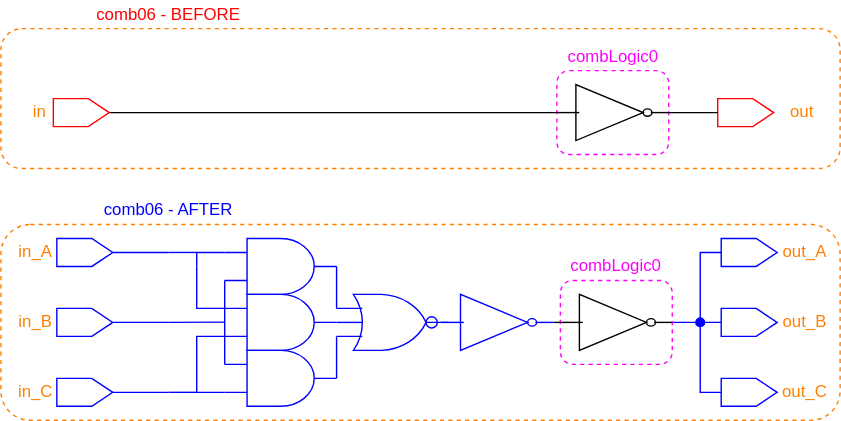
Before: figures/light-mode/user_guide_examples/comb_logic/comb06_input_and_output_triplication.drawio.svg, a diagram exported from draw.io (AlbertHansen/TripleModularRedundancyTool_developer_guide). Source tidied: cells renumbered, new cells last; positions are measured from the earlier drawing's top-left corner, leaving out a move shared by most shapes.
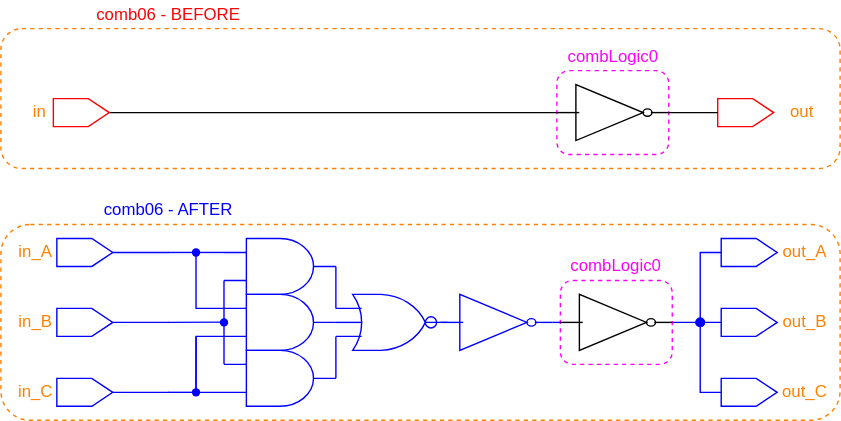
After the commit.

What changed in the source:
```diff
@@ -2,6 +2,9 @@
   <root>
     <mxCell id="0" />
     <mxCell id="1" parent="0" />
+    <mxCell id="51" style="rounded=1;whiteSpace=wrap;html=1;fillColor=none;dashed=1;strokeColor=#FF8000;" parent="1" vertex="1">
+      <mxGeometry y="160" width="600" height="140" as="geometry" />
+    </mxCell>
     <mxCell id="2" style="rounded=1;whiteSpace=wrap;html=1;fillColor=none;dashed=1;strokeColor=#FF00FF;fontColor=#FF00FF;" parent="1" vertex="1">
       <mxGeometry x="397.5" y="50" width="80" height="60" as="geometry" />
     </mxCell>
@@ -52,92 +55,6 @@
     <mxCell id="17" value="comb06 - AFTER" style="text;html=1;strokeColor=none;fillColor=none;align=center;verticalAlign=middle;whiteSpace=wrap;rounded=0;dashed=1;fontColor=#0000FF;" parent="1" vertex="1">
       <mxGeometry x="40" y="140" width="160" height="20" as="geometry" />
     </mxCell>
-    <mxCell id="18" style="edgeStyle=orthogonalEdgeStyle;html=1;exitX=0;exitY=0.25;exitDx=0;exitDy=0;exitPerimeter=0;entryX=0;entryY=0.75;entryDx=0;entryDy=0;entryPerimeter=0;endArrow=none;endFill=0;rounded=0;fontColor=#FF00FF;strokeColor=#0000FF;" parent="1" edge="1" source="19" target="25">
-      <mxGeometry relative="1" as="geometry">
-        <Array as="points">
-          <mxPoint x="160" y="230" />
-          <mxPoint x="160" y="230" />
-        </Array>
-      </mxGeometry>
-    </mxCell>
-    <mxCell id="19" style="verticalLabelPosition=bottom;shadow=0;dashed=0;align=center;html=1;verticalAlign=top;shape=mxgraph.electrical.logic_gates.logic_gate;operation=and;fillColor=none;fontColor=#FF00FF;strokeColor=#0000FF;" parent="1" vertex="1">
-      <mxGeometry x="160" y="250" width="80" height="40" as="geometry" />
-    </mxCell>
-    <mxCell id="20" style="edgeStyle=orthogonalEdgeStyle;rounded=0;html=1;exitX=0;exitY=0.75;exitDx=0;exitDy=0;exitPerimeter=0;entryX=0;entryY=0.75;entryDx=0;entryDy=0;entryPerimeter=0;endArrow=none;endFill=0;fontColor=#FF00FF;strokeColor=#0000FF;" parent="1" edge="1" source="23" target="19">
-      <mxGeometry relative="1" as="geometry">
-        <Array as="points">
-          <mxPoint x="140" y="240" />
-          <mxPoint x="140" y="280" />
-        </Array>
-      </mxGeometry>
-    </mxCell>
-    <mxCell id="21" style="edgeStyle=orthogonalEdgeStyle;rounded=0;html=1;entryX=0;entryY=0.25;entryDx=0;entryDy=0;entryPerimeter=0;endArrow=none;endFill=0;fontColor=#FF00FF;strokeColor=#0000FF;startArrow=none;" parent="1" edge="1" target="25">
-      <mxGeometry relative="1" as="geometry">
-        <mxPoint x="140" y="190" as="sourcePoint" />
-        <Array as="points">
-          <mxPoint x="140" y="180" />
-        </Array>
-      </mxGeometry>
-    </mxCell>
-    <mxCell id="22" style="edgeStyle=orthogonalEdgeStyle;rounded=0;html=1;exitX=1;exitY=0.5;exitDx=0;exitDy=0;exitPerimeter=0;entryX=0.235;entryY=0.478;entryDx=0;entryDy=0;entryPerimeter=0;endArrow=none;endFill=0;fontColor=#FF00FF;strokeColor=#0000FF;" parent="1" edge="1" source="23" target="27">
-      <mxGeometry relative="1" as="geometry" />
-    </mxCell>
-    <mxCell id="23" style="verticalLabelPosition=bottom;shadow=0;dashed=0;align=center;html=1;verticalAlign=top;shape=mxgraph.electrical.logic_gates.logic_gate;operation=and;fillColor=none;fontColor=#FF00FF;strokeColor=#0000FF;" parent="1" vertex="1">
-      <mxGeometry x="160" y="210" width="80" height="40" as="geometry" />
-    </mxCell>
-    <mxCell id="24" style="edgeStyle=orthogonalEdgeStyle;rounded=0;html=1;exitX=1;exitY=0.5;exitDx=0;exitDy=0;exitPerimeter=0;entryX=0;entryY=0.25;entryDx=0;entryDy=0;entryPerimeter=0;endArrow=none;endFill=0;fontColor=#FF00FF;strokeColor=#0000FF;" parent="1" edge="1" source="25" target="27">
-      <mxGeometry relative="1" as="geometry">
-        <Array as="points">
-          <mxPoint x="240" y="220" />
-        </Array>
-      </mxGeometry>
-    </mxCell>
-    <mxCell id="25" style="verticalLabelPosition=bottom;shadow=0;dashed=0;align=center;html=1;verticalAlign=top;shape=mxgraph.electrical.logic_gates.logic_gate;operation=and;fillColor=none;fontColor=#FF00FF;strokeColor=#0000FF;" parent="1" vertex="1">
-      <mxGeometry x="160" y="170" width="80" height="40" as="geometry" />
-    </mxCell>
-    <mxCell id="26" style="edgeStyle=orthogonalEdgeStyle;rounded=0;html=1;exitX=0;exitY=0.75;exitDx=0;exitDy=0;exitPerimeter=0;entryX=1;entryY=0.5;entryDx=0;entryDy=0;entryPerimeter=0;endArrow=none;endFill=0;fontColor=#FF00FF;strokeColor=#0000FF;" parent="1" edge="1" source="27" target="19">
-      <mxGeometry relative="1" as="geometry">
-        <Array as="points">
-          <mxPoint x="240" y="260" />
-          <mxPoint x="240" y="260" />
-        </Array>
-      </mxGeometry>
-    </mxCell>
-    <mxCell id="27" style="verticalLabelPosition=bottom;shadow=0;dashed=0;align=center;html=1;verticalAlign=top;shape=mxgraph.electrical.logic_gates.logic_gate;operation=or;fillColor=none;fontColor=#FF00FF;strokeColor=#0000FF;" parent="1" vertex="1">
-      <mxGeometry x="240" y="210" width="80" height="40" as="geometry" />
-    </mxCell>
-    <mxCell id="28" style="verticalLabelPosition=bottom;shadow=0;dashed=0;align=center;html=1;verticalAlign=top;shape=mxgraph.electrical.logic_gates.inverting_contact;fillColor=none;fontColor=#FF00FF;strokeColor=#0000FF;" parent="1" vertex="1">
-      <mxGeometry x="303" y="225" width="10" height="10" as="geometry" />
-    </mxCell>
-    <mxCell id="29" style="verticalLabelPosition=bottom;shadow=0;dashed=0;align=center;html=1;verticalAlign=top;shape=mxgraph.electrical.logic_gates.inverter_2;fillColor=none;fontColor=#FF00FF;strokeColor=#0000FF;" parent="1" vertex="1">
-      <mxGeometry x="315" y="210" width="80" height="40" as="geometry" />
-    </mxCell>
-    <mxCell id="30" style="endArrow=none;html=1;rounded=0;fontColor=#FF00FF;strokeColor=#0000FF;" parent="1" edge="1">
-      <mxGeometry relative="1" as="geometry">
-        <mxPoint x="120" y="180" as="sourcePoint" />
-        <mxPoint x="140" y="180" as="targetPoint" />
-      </mxGeometry>
-    </mxCell>
-    <mxCell id="31" style="endArrow=none;html=1;rounded=0;fontColor=#FF00FF;strokeColor=#0000FF;" parent="1" edge="1">
-      <mxGeometry relative="1" as="geometry">
-        <mxPoint x="120" y="280" as="sourcePoint" />
-        <mxPoint x="140" y="280" as="targetPoint" />
-      </mxGeometry>
-    </mxCell>
-    <mxCell id="32" style="endArrow=none;html=1;rounded=0;fontColor=#FF00FF;strokeColor=#0000FF;" parent="1" edge="1">
-      <mxGeometry relative="1" as="geometry">
-        <mxPoint x="120" y="230" as="sourcePoint" />
-        <mxPoint x="160" y="229.8" as="targetPoint" />
-      </mxGeometry>
-    </mxCell>
-    <mxCell id="33" style="edgeStyle=orthogonalEdgeStyle;rounded=0;html=1;exitX=0;exitY=0.25;exitDx=0;exitDy=0;exitPerimeter=0;endArrow=none;endFill=0;fontColor=#FF00FF;strokeColor=#0000FF;" parent="1" edge="1" source="23">
-      <mxGeometry relative="1" as="geometry">
-        <mxPoint x="140" y="190" as="targetPoint" />
-        <Array as="points">
-          <mxPoint x="140" y="220" />
-        </Array>
-      </mxGeometry>
-    </mxCell>
     <mxCell id="34" style="edgeStyle=none;html=1;exitX=1;exitY=0.5;exitDx=0;exitDy=0;entryX=0.5;entryY=0;entryDx=0;entryDy=0;fontColor=#000000;endArrow=none;endFill=0;strokeColor=#0000FF;" parent="1" edge="1" source="35" target="11">
       <mxGeometry relative="1" as="geometry" />
     </mxCell>
@@ -191,17 +108,116 @@
     <mxCell id="48" value="&lt;font&gt;out_A&lt;/font&gt;" style="text;html=1;strokeColor=none;fillColor=none;align=center;verticalAlign=middle;whiteSpace=wrap;rounded=0;fontColor=#FF8000;" parent="1" vertex="1">
       <mxGeometry x="555" y="170" width="40" height="20" as="geometry" />
     </mxCell>
-    <mxCell id="49" style="edgeStyle=none;html=1;exitX=0;exitY=0.5;exitDx=0;exitDy=0;exitPerimeter=0;entryX=1;entryY=0.5;entryDx=0;entryDy=0;entryPerimeter=0;fontColor=#FF8000;endArrow=none;endFill=0;" parent="1" edge="1" source="50" target="29">
+    <mxCell id="49" style="edgeStyle=none;html=1;exitX=0;exitY=0.5;exitDx=0;exitDy=0;exitPerimeter=0;entryX=1;entryY=0.5;entryDx=0;entryDy=0;entryPerimeter=0;fontColor=#FF8000;endArrow=none;endFill=0;strokeColor=#0000FF;" parent="1" edge="1" source="50" target="64">
       <mxGeometry relative="1" as="geometry" />
     </mxCell>
     <mxCell id="50" style="verticalLabelPosition=bottom;shadow=0;dashed=0;align=center;html=1;verticalAlign=top;shape=mxgraph.electrical.logic_gates.inverter_2;fillColor=none;strokeColor=#000000;fontColor=#000000;" parent="1" vertex="1">
       <mxGeometry x="400" y="210" width="80" height="40" as="geometry" />
     </mxCell>
-    <mxCell id="51" style="rounded=1;whiteSpace=wrap;html=1;fillColor=none;dashed=1;strokeColor=#FF8000;" parent="1" vertex="1">
-      <mxGeometry y="160" width="600" height="140" as="geometry" />
-    </mxCell>
     <mxCell id="52" value="combLogic0" style="text;html=1;strokeColor=none;fillColor=none;align=center;verticalAlign=middle;whiteSpace=wrap;rounded=0;fontColor=#FF00FF;" parent="1" vertex="1">
       <mxGeometry x="415" y="180" width="50" height="20" as="geometry" />
     </mxCell>
+    <mxCell id="53" style="edgeStyle=orthogonalEdgeStyle;html=1;exitDx=0;exitDy=0;exitPerimeter=0;entryX=0;entryY=0.75;entryDx=0;entryDy=0;entryPerimeter=0;endArrow=none;endFill=0;rounded=0;startArrow=none;strokeColor=#0000FF;" parent="1" edge="1" source="71" target="60">
+      <mxGeometry relative="1" as="geometry">
+        <Array as="points">
+          <mxPoint x="159.5" y="230" />
+        </Array>
+      </mxGeometry>
+    </mxCell>
+    <mxCell id="54" style="verticalLabelPosition=bottom;shadow=0;dashed=0;align=center;html=1;verticalAlign=top;shape=mxgraph.electrical.logic_gates.logic_gate;operation=and;fillColor=none;strokeColor=#0000FF;" parent="1" vertex="1">
+      <mxGeometry x="159.5" y="250" width="80" height="40" as="geometry" />
+    </mxCell>
+    <mxCell id="55" style="edgeStyle=orthogonalEdgeStyle;rounded=0;html=1;exitDx=0;exitDy=0;exitPerimeter=0;entryX=0;entryY=0.75;entryDx=0;entryDy=0;entryPerimeter=0;endArrow=none;endFill=0;startArrow=none;strokeColor=#0000FF;" parent="1" edge="1" source="73" target="54">
+      <mxGeometry relative="1" as="geometry">
+        <Array as="points">
+          <mxPoint x="139.5" y="240" />
+          <mxPoint x="139.5" y="280" />
+        </Array>
+      </mxGeometry>
+    </mxCell>
+    <mxCell id="56" style="edgeStyle=orthogonalEdgeStyle;rounded=0;html=1;exitDx=0;exitDy=0;exitPerimeter=0;entryX=0;entryY=0.25;entryDx=0;entryDy=0;entryPerimeter=0;endArrow=none;endFill=0;startArrow=none;strokeColor=#0000FF;" parent="1" edge="1" source="69" target="60">
+      <mxGeometry relative="1" as="geometry">
+        <Array as="points">
+          <mxPoint x="139.5" y="180" />
+        </Array>
+      </mxGeometry>
+    </mxCell>
+    <mxCell id="57" style="edgeStyle=orthogonalEdgeStyle;rounded=0;html=1;exitX=1;exitY=0.5;exitDx=0;exitDy=0;exitPerimeter=0;entryX=0.235;entryY=0.478;entryDx=0;entryDy=0;entryPerimeter=0;endArrow=none;endFill=0;strokeColor=#0000FF;" parent="1" edge="1" source="58" target="62">
+      <mxGeometry relative="1" as="geometry" />
+    </mxCell>
+    <mxCell id="58" style="verticalLabelPosition=bottom;shadow=0;dashed=0;align=center;html=1;verticalAlign=top;shape=mxgraph.electrical.logic_gates.logic_gate;operation=and;fillColor=none;strokeColor=#0000FF;" parent="1" vertex="1">
+      <mxGeometry x="159.5" y="210" width="80" height="40" as="geometry" />
+    </mxCell>
+    <mxCell id="59" style="edgeStyle=orthogonalEdgeStyle;rounded=0;html=1;exitX=1;exitY=0.5;exitDx=0;exitDy=0;exitPerimeter=0;entryX=0;entryY=0.25;entryDx=0;entryDy=0;entryPerimeter=0;endArrow=none;endFill=0;strokeColor=#0000FF;" parent="1" edge="1" source="60" target="62">
+      <mxGeometry relative="1" as="geometry">
+        <Array as="points">
+          <mxPoint x="239.5" y="220" />
+        </Array>
+      </mxGeometry>
+    </mxCell>
+    <mxCell id="60" style="verticalLabelPosition=bottom;shadow=0;dashed=0;align=center;html=1;verticalAlign=top;shape=mxgraph.electrical.logic_gates.logic_gate;operation=and;fillColor=none;strokeColor=#0000FF;" parent="1" vertex="1">
+      <mxGeometry x="159.5" y="170" width="80" height="40" as="geometry" />
+    </mxCell>
+    <mxCell id="61" style="edgeStyle=orthogonalEdgeStyle;rounded=0;html=1;exitX=0;exitY=0.75;exitDx=0;exitDy=0;exitPerimeter=0;entryX=1;entryY=0.5;entryDx=0;entryDy=0;entryPerimeter=0;endArrow=none;endFill=0;strokeColor=#0000FF;" parent="1" edge="1" source="62" target="54">
+      <mxGeometry relative="1" as="geometry">
+        <Array as="points">
+          <mxPoint x="239.5" y="260" />
+          <mxPoint x="239.5" y="260" />
+        </Array>
+      </mxGeometry>
+    </mxCell>
+    <mxCell id="62" style="verticalLabelPosition=bottom;shadow=0;dashed=0;align=center;html=1;verticalAlign=top;shape=mxgraph.electrical.logic_gates.logic_gate;operation=or;fillColor=none;strokeColor=#0000FF;" parent="1" vertex="1">
+      <mxGeometry x="239.5" y="210" width="80" height="40" as="geometry" />
+    </mxCell>
+    <mxCell id="63" style="verticalLabelPosition=bottom;shadow=0;dashed=0;align=center;html=1;verticalAlign=top;shape=mxgraph.electrical.logic_gates.inverting_contact;fillColor=none;strokeColor=#0000FF;" parent="1" vertex="1">
+      <mxGeometry x="302.5" y="225" width="10" height="10" as="geometry" />
+    </mxCell>
+    <mxCell id="64" style="verticalLabelPosition=bottom;shadow=0;dashed=0;align=center;html=1;verticalAlign=top;shape=mxgraph.electrical.logic_gates.inverter_2;fillColor=none;strokeColor=#0000FF;" parent="1" vertex="1">
+      <mxGeometry x="314.5" y="210" width="80" height="40" as="geometry" />
+    </mxCell>
+    <mxCell id="65" style="endArrow=none;html=1;rounded=0;strokeColor=#0000FF;" parent="1" edge="1">
+      <mxGeometry relative="1" as="geometry">
+        <mxPoint x="119.5" y="180" as="sourcePoint" />
+        <mxPoint x="139.5" y="180" as="targetPoint" />
+      </mxGeometry>
+    </mxCell>
+    <mxCell id="66" style="endArrow=none;html=1;rounded=0;strokeColor=#0000FF;" parent="1" edge="1">
+      <mxGeometry relative="1" as="geometry">
+        <mxPoint x="119.5" y="280" as="sourcePoint" />
+        <mxPoint x="139.5" y="280" as="targetPoint" />
+      </mxGeometry>
+    </mxCell>
+    <mxCell id="67" style="endArrow=none;html=1;rounded=0;strokeColor=#0000FF;" parent="1" edge="1">
+      <mxGeometry relative="1" as="geometry">
+        <mxPoint x="119.5" y="230" as="sourcePoint" />
+        <mxPoint x="159.5" y="229.8" as="targetPoint" />
+      </mxGeometry>
+    </mxCell>
+    <mxCell id="68" style="edgeStyle=orthogonalEdgeStyle;rounded=0;html=1;exitX=0;exitY=0.25;exitDx=0;exitDy=0;exitPerimeter=0;entryDx=0;entryDy=0;entryPerimeter=0;endArrow=none;endFill=0;strokeColor=#0000FF;" parent="1" edge="1" source="58" target="69">
+      <mxGeometry relative="1" as="geometry">
+        <Array as="points">
+          <mxPoint x="139.5" y="220" />
+        </Array>
+      </mxGeometry>
+    </mxCell>
+    <mxCell id="69" style="shape=waypoint;sketch=0;fillStyle=solid;size=6;points=[];fillColor=none;perimeter=centerPerimeter;snapToPoint=1;strokeColor=#0000FF;" parent="1" vertex="1">
+      <mxGeometry x="129.5" y="170" width="20" height="20" as="geometry" />
+    </mxCell>
+    <mxCell id="70" style="edgeStyle=orthogonalEdgeStyle;html=1;exitX=0;exitY=0.25;exitDx=0;exitDy=0;exitPerimeter=0;entryDx=0;entryDy=0;entryPerimeter=0;endArrow=none;endFill=0;rounded=0;strokeColor=#0000FF;" parent="1" edge="1" source="54" target="71">
+      <mxGeometry relative="1" as="geometry">
+        <Array as="points">
+          <mxPoint x="159.5" y="230" />
+        </Array>
+      </mxGeometry>
+    </mxCell>
+    <mxCell id="71" style="shape=waypoint;sketch=0;fillStyle=solid;size=6;points=[];fillColor=none;perimeter=centerPerimeter;snapToPoint=1;strokeColor=#0000FF;" parent="1" vertex="1">
+      <mxGeometry x="149.5" y="220" width="20" height="20" as="geometry" />
+    </mxCell>
+    <mxCell id="72" style="edgeStyle=orthogonalEdgeStyle;rounded=0;html=1;exitX=0;exitY=0.75;exitDx=0;exitDy=0;exitPerimeter=0;entryDx=0;entryDy=0;entryPerimeter=0;endArrow=none;endFill=0;strokeColor=#0000FF;" parent="1" edge="1" source="58" target="73">
+      <mxGeometry relative="1" as="geometry" />
+    </mxCell>
+    <mxCell id="73" style="shape=waypoint;sketch=0;fillStyle=solid;size=6;points=[];fillColor=none;perimeter=centerPerimeter;snapToPoint=1;strokeColor=#0000FF;" parent="1" vertex="1">
+      <mxGeometry x="129.5" y="270" width="20" height="20" as="geometry" />
+    </mxCell>
   </root>
 </mxGraphModel>
```
